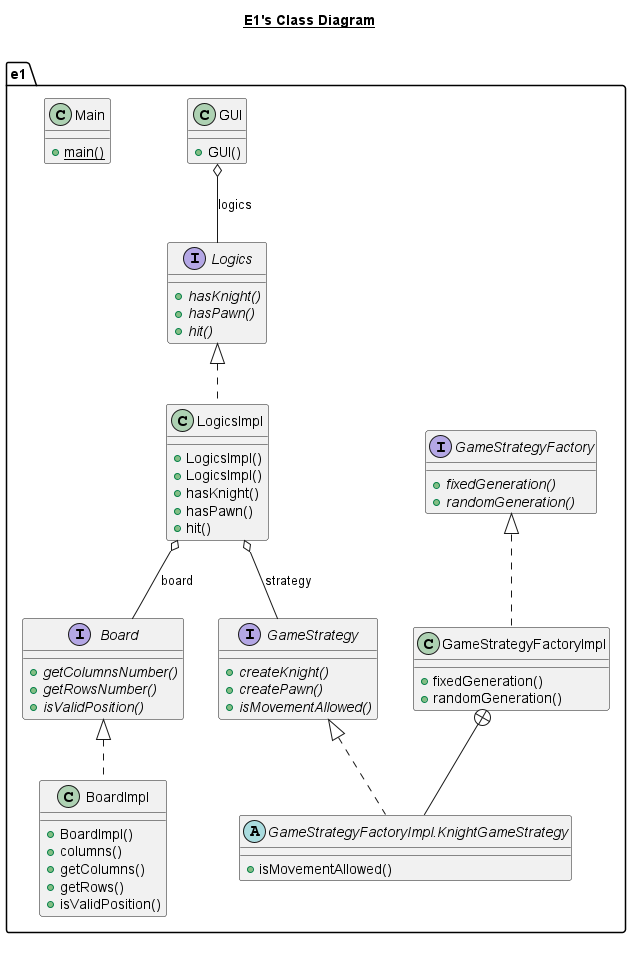
The PlantUML diagram src/e1/UML.png in MarcoFratta/pps-22-23-lab01b, before a commit.
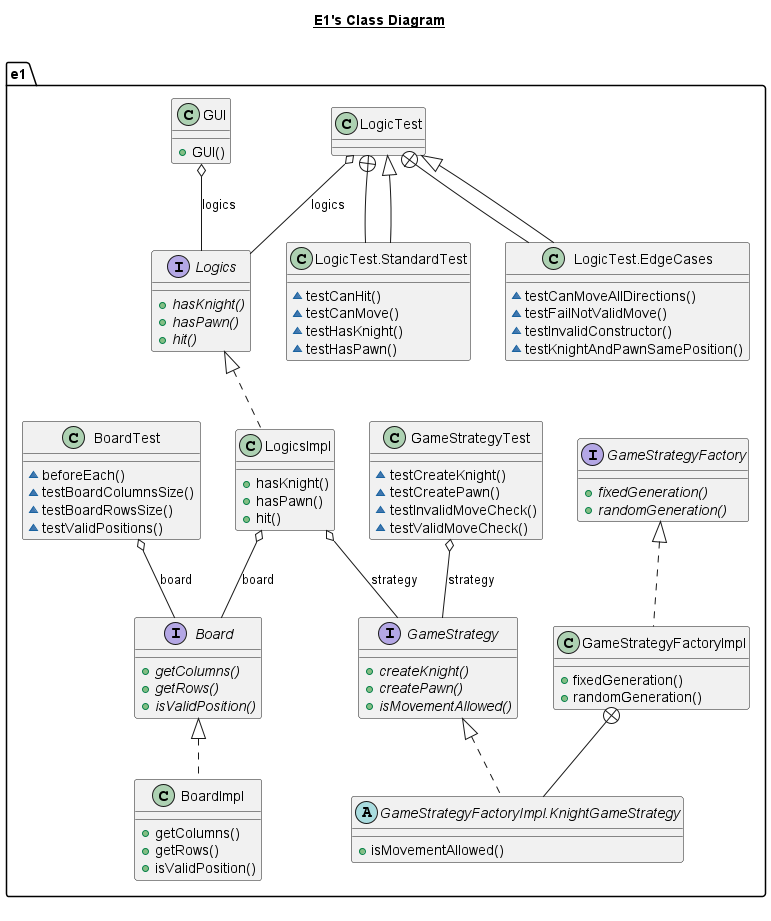
After the change.

What changed in the source:
```diff
@@ -4,8 +4,8 @@
 
   namespace e1 {
     interface e1.Board {
-        {abstract} + getColumnsNumber()
-        {abstract} + getRowsNumber()
+        {abstract} + getColumns()
+        {abstract} + getRows()
         {abstract} + isValidPosition()
     }
   }
@@ -13,11 +13,19 @@
 
   namespace e1 {
     class e1.BoardImpl {
-        + BoardImpl()
-        + columns()
         + getColumns()
         + getRows()
         + isValidPosition()
+    }
+  }
+
+
+  namespace e1 {
+    class e1.BoardTest {
+        ~ beforeEach()
+        ~ testBoardColumnsSize()
+        ~ testBoardRowsSize()
+        ~ testValidPositions()
     }
   }
 
@@ -62,6 +70,42 @@
 
 
   namespace e1 {
+    class e1.GameStrategyTest {
+        ~ testCreateKnight()
+        ~ testCreatePawn()
+        ~ testInvalidMoveCheck()
+        ~ testValidMoveCheck()
+    }
+  }
+
+
+  namespace e1 {
+    class e1.LogicTest {
+    }
+  }
+
+
+  namespace e1 {
+    class e1.LogicTest.EdgeCases {
+        ~ testCanMoveAllDirections()
+        ~ testFailNotValidMove()
+        ~ testInvalidConstructor()
+        ~ testKnightAndPawnSamePosition()
+    }
+  }
+
+
+  namespace e1 {
+    class e1.LogicTest.StandardTest {
+        ~ testCanHit()
+        ~ testCanMove()
+        ~ testHasKnight()
+        ~ testHasPawn()
+    }
+  }
+
+
+  namespace e1 {
     interface e1.Logics {
         {abstract} + hasKnight()
         {abstract} + hasPawn()
@@ -72,8 +116,6 @@
 
   namespace e1 {
     class e1.LogicsImpl {
-        + LogicsImpl()
-        + LogicsImpl()
         + hasKnight()
         + hasPawn()
         + hit()
@@ -81,25 +123,24 @@
   }
 
 
-  namespace e1 {
-    class e1.Main {
-        {static} + main()
-    }
-  }
-
-
-
 
   e1.BoardImpl .up.|> e1.Board
+  e1.BoardTest o-- e1.Board : board
   e1.GUI o-- e1.Logics : logics
   e1.GameStrategyFactoryImpl .up.|> e1.GameStrategyFactory
+  e1.GameStrategyFactoryImpl.KnightGameStrategy .up.|> e1.GameStrategy
+
   e1.GameStrategyFactoryImpl +-down- e1.GameStrategyFactoryImpl.KnightGameStrategy
-  e1.GameStrategyFactoryImpl.KnightGameStrategy .up.|> e1.GameStrategy
+  e1.GameStrategyTest o-- e1.GameStrategy : strategy
+  e1.LogicTest o-- e1.Logics : logics
+  e1.LogicTest +-down- e1.LogicTest.EdgeCases
+  e1.LogicTest +-down- e1.LogicTest.StandardTest
+  e1.LogicTest.EdgeCases -up-|> e1.LogicTest
+  e1.LogicTest.StandardTest -up-|> e1.LogicTest
   e1.LogicsImpl .up.|> e1.Logics
   e1.LogicsImpl o-- e1.Board : board
   e1.LogicsImpl o-- e1.GameStrategy : strategy
-
-
+  e1.GameStrategyFactoryImpl -[hidden]> e1.GameStrategy
 
 right footer
 
```
